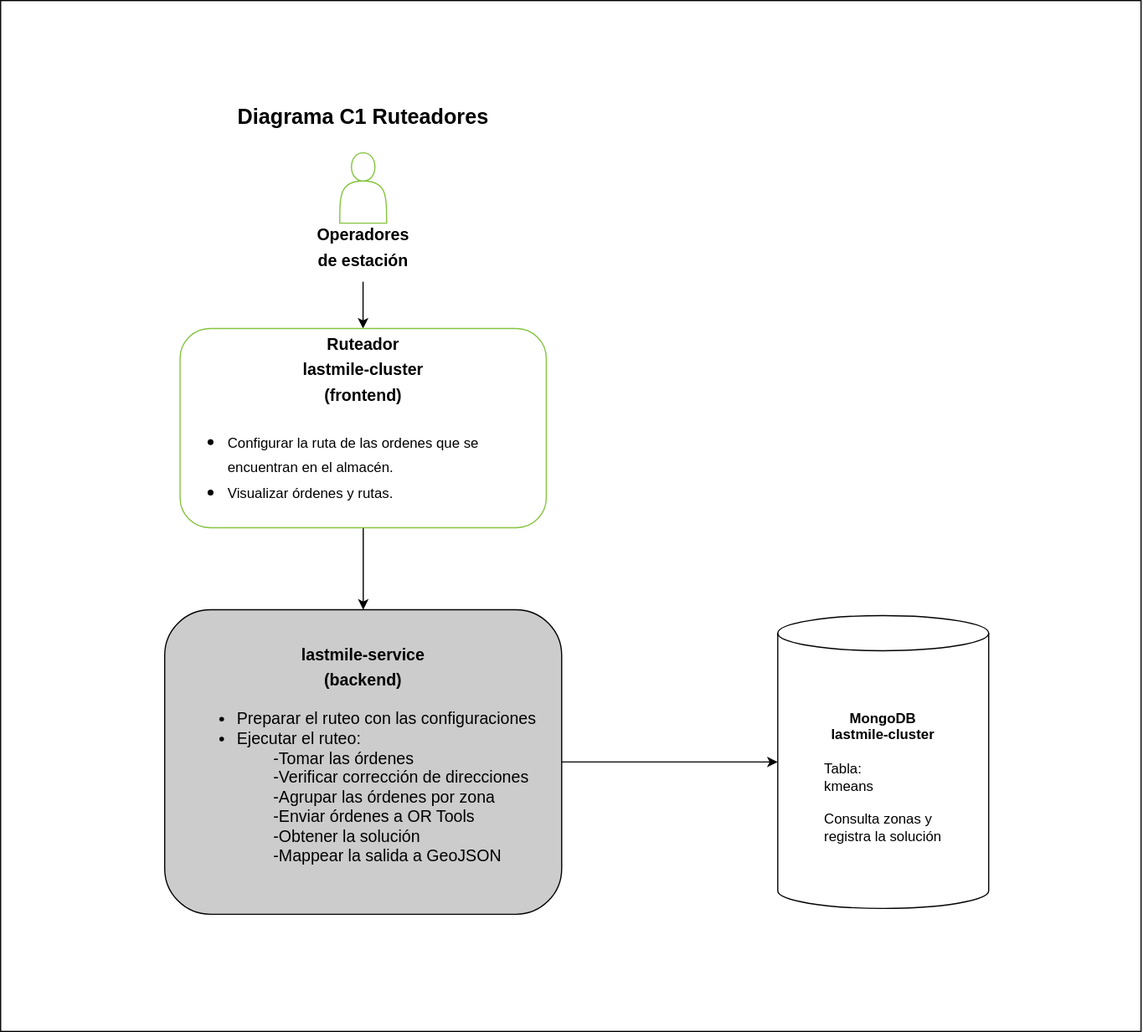
This is Diagrama C1 Ruteadores.svg from dani99m/Diagramas, a draw.io export, as it was before one commit. Source tidied: cells renumbered, new cells last; positions are measured from the earlier drawing's top-left corner, leaving out a move shared by most shapes.
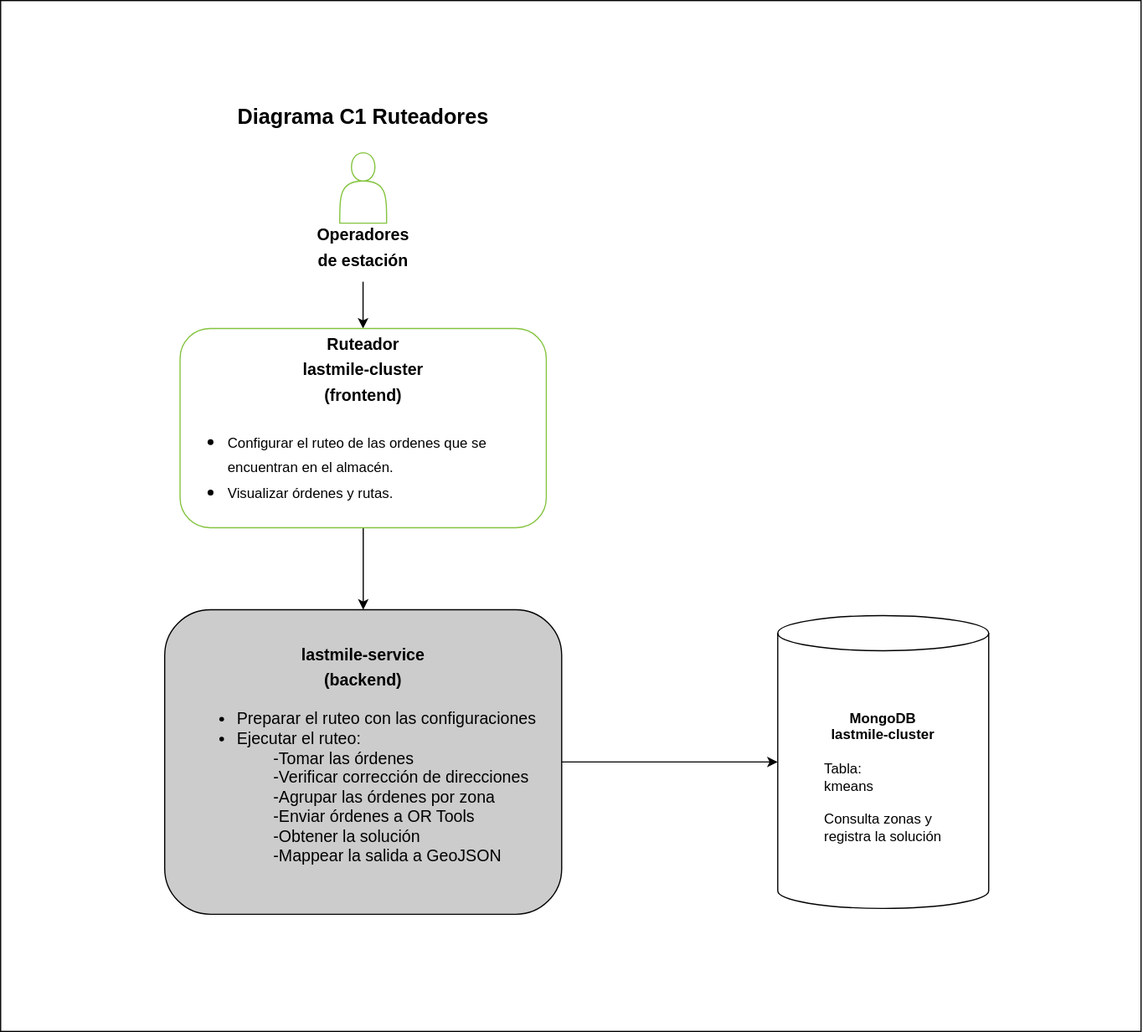
The same diagram one commit later.

Change to the diagram source:
```diff
@@ -26,7 +26,7 @@
     <mxCell id="8" style="edgeStyle=orthogonalEdgeStyle;rounded=0;jettySize=auto;html=1;fontSize=18;" parent="1" edge="1" source="9" target="7">
       <mxGeometry relative="1" as="geometry" />
     </mxCell>
-    <mxCell id="9" value="&lt;font style=&quot;&quot;&gt;&lt;span style=&quot;font-weight: bold; font-size: 14px;&quot;&gt;Ruteador&lt;br&gt;lastmile-cluster&lt;br&gt;(frontend)&lt;br&gt;&lt;/span&gt;&lt;div style=&quot;text-align: left;&quot;&gt;&lt;ul&gt;&lt;li&gt;&lt;span style=&quot;font-size: 12px; background-color: initial;&quot;&gt;Configurar la ruta de las ordenes que se encuentran en el almacén.&lt;/span&gt;&lt;/li&gt;&lt;li&gt;&lt;font style=&quot;font-size: 12px;&quot;&gt;Visualizar órdenes y rutas.&lt;/font&gt;&lt;/li&gt;&lt;/ul&gt;&lt;/div&gt;&lt;/font&gt;" style="rounded=1;whiteSpace=wrap;html=1;fontSize=18;strokeColor=#85C440;" parent="1" vertex="1">
+    <mxCell id="9" value="&lt;font style=&quot;&quot;&gt;&lt;span style=&quot;font-weight: bold; font-size: 14px;&quot;&gt;Ruteador&lt;br&gt;lastmile-cluster&lt;br&gt;(frontend)&lt;br&gt;&lt;/span&gt;&lt;div style=&quot;text-align: left;&quot;&gt;&lt;ul&gt;&lt;li&gt;&lt;span style=&quot;font-size: 12px; background-color: initial;&quot;&gt;Configurar el ruteo de las ordenes que se encuentran en el almacén.&lt;/span&gt;&lt;/li&gt;&lt;li&gt;&lt;font style=&quot;font-size: 12px;&quot;&gt;Visualizar órdenes y rutas.&lt;/font&gt;&lt;/li&gt;&lt;/ul&gt;&lt;/div&gt;&lt;/font&gt;" style="rounded=1;whiteSpace=wrap;html=1;fontSize=18;strokeColor=#85C440;" parent="1" vertex="1">
       <mxGeometry x="153" y="280" width="312.5" height="170" as="geometry" />
     </mxCell>
     <mxCell id="10" value="&lt;font style=&quot;font-size: 14px;&quot;&gt;&lt;b&gt;Operadores &lt;br&gt;de estación&lt;/b&gt;&lt;/font&gt;" style="text;html=1;align=center;verticalAlign=middle;strokeColor=none;fillColor=none;fontSize=18;" parent="1" vertex="1">
```
